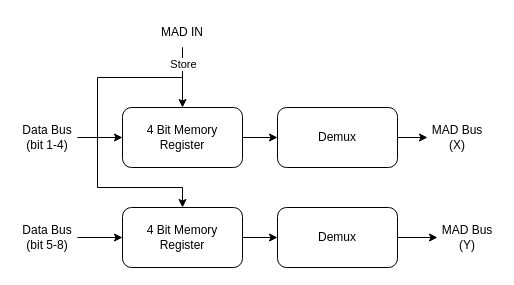
Before: page "Memory Buffer" (2 of 4) of General/Magnetic Memory.drawio in omzz15/Magnetic-Memory, a draw.io diagram. Source tidied: cells renumbered, new cells numbered last; positions are measured from the earlier drawing's top-left corner, leaving out a move shared by most shapes. Both pictures are drawn from the tidied source at 100%, with x=0, y=0 at pixel (17, 17).
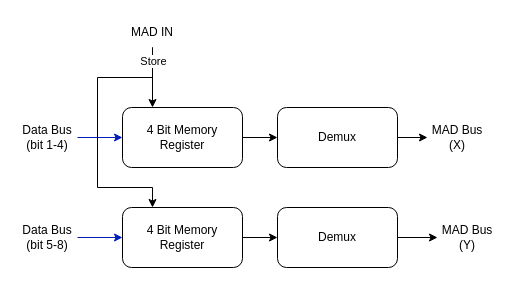
The same page after the edit.

The change refers to these unchanged cells:
```xml
<mxCell id="3" value="4 Bit Memory Register" style="rounded=1;whiteSpace=wrap;html=1;" parent="1" vertex="1">
  <mxGeometry x="105" y="90" width="120" height="60" as="geometry" />
</mxCell>
<mxCell id="5" value="Data Bus (bit 1-4)" style="text;html=1;strokeColor=none;fillColor=none;align=center;verticalAlign=middle;whiteSpace=wrap;rounded=0;" parent="1" vertex="1">
  <mxGeometry y="105" width="60" height="30" as="geometry" />
</mxCell>
<mxCell id="12" value="4 Bit Memory Register" style="rounded=1;whiteSpace=wrap;html=1;" parent="1" vertex="1">
  <mxGeometry x="105" y="190" width="120" height="60" as="geometry" />
</mxCell>
<mxCell id="14" value="Data Bus (bit 5-8)" style="text;html=1;strokeColor=none;fillColor=none;align=center;verticalAlign=middle;whiteSpace=wrap;rounded=0;" parent="1" vertex="1">
  <mxGeometry y="205" width="60" height="30" as="geometry" />
</mxCell>
```

The edit, as a diff of the source:
```diff
@@
-    <mxCell id="4" style="edgeStyle=orthogonalEdgeStyle;rounded=0;jettySize=auto;html=1;entryX=0;entryY=0.5;entryDx=0;entryDy=0;" parent="1" edge="1" source="5" target="3">
+    <mxCell id="4" style="edgeStyle=orthogonalEdgeStyle;rounded=0;jettySize=auto;html=1;entryX=0;entryY=0.5;entryDx=0;entryDy=0;fillColor=#0050ef;strokeColor=#001DBC;" parent="1" edge="1" source="5" target="3">
       <mxGeometry relative="1" as="geometry" />
     </mxCell>
@@
-    <mxCell id="6" style="edgeStyle=orthogonalEdgeStyle;rounded=0;jettySize=auto;html=1;entryX=0.5;entryY=0;entryDx=0;entryDy=0;" parent="1" edge="1" source="9" target="3">
+    <mxCell id="6" style="edgeStyle=orthogonalEdgeStyle;rounded=0;jettySize=auto;html=1;entryX=0.25;entryY=0;entryDx=0;entryDy=0;" parent="1" edge="1" source="9" target="3">
       <mxGeometry relative="1" as="geometry" />
     </mxCell>
-    <mxCell id="7" style="edgeStyle=orthogonalEdgeStyle;rounded=0;jettySize=auto;html=1;entryX=0.5;entryY=0;entryDx=0;entryDy=0;" parent="1" edge="1" source="9" target="12">
+    <mxCell id="7" style="edgeStyle=orthogonalEdgeStyle;rounded=0;orthogonalLoop=1;jettySize=auto;html=1;entryX=0.5;entryY=0;entryDx=0;entryDy=0;" parent="1" edge="1">
       <mxGeometry relative="1" as="geometry">
+        <mxPoint x="135" y="30" as="sourcePoint" />
+        <mxPoint x="135" y="190" as="targetPoint" />
         <Array as="points">
-          <mxPoint x="165" y="60" />
+          <mxPoint x="135" y="60" />
           <mxPoint x="80" y="60" />
           <mxPoint x="80" y="170" />
-          <mxPoint x="165" y="170" />
+          <mxPoint x="135" y="170" />
         </Array>
       </mxGeometry>
     </mxCell>
@@
     <mxCell id="9" value="MAD IN" style="text;html=1;strokeColor=none;fillColor=none;align=center;verticalAlign=middle;whiteSpace=wrap;rounded=0;" parent="1" vertex="1">
-      <mxGeometry x="135" width="60" height="30" as="geometry" />
+      <mxGeometry x="105" width="60" height="30" as="geometry" />
     </mxCell>
@@
-    <mxCell id="13" style="edgeStyle=orthogonalEdgeStyle;rounded=0;jettySize=auto;html=1;entryX=0;entryY=0.5;entryDx=0;entryDy=0;" parent="1" edge="1" source="14">
+    <mxCell id="13" style="edgeStyle=orthogonalEdgeStyle;rounded=0;jettySize=auto;html=1;entryX=0;entryY=0.5;entryDx=0;entryDy=0;fillColor=#0050ef;strokeColor=#001DBC;" parent="1" edge="1" source="14">
       <mxGeometry relative="1" as="geometry">
         <mxPoint x="105" y="220" as="targetPoint" />
       </mxGeometry>
     </mxCell>
```
